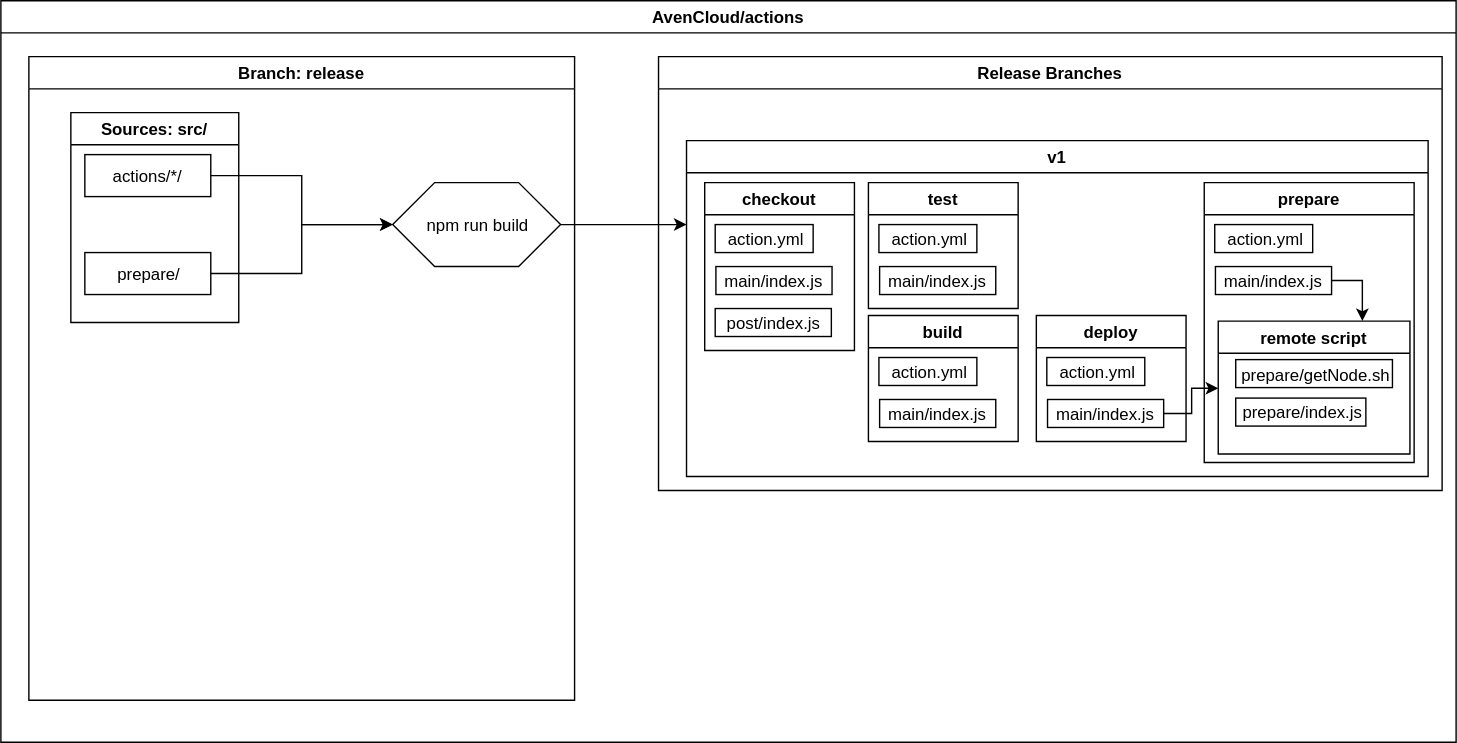
Earlier version of the draw.io export Export.svg (AvenCloud/actions). Source tidied: cells renumbered, new cells last; positions are measured from the earlier drawing's top-left corner, leaving out a move shared by most shapes.
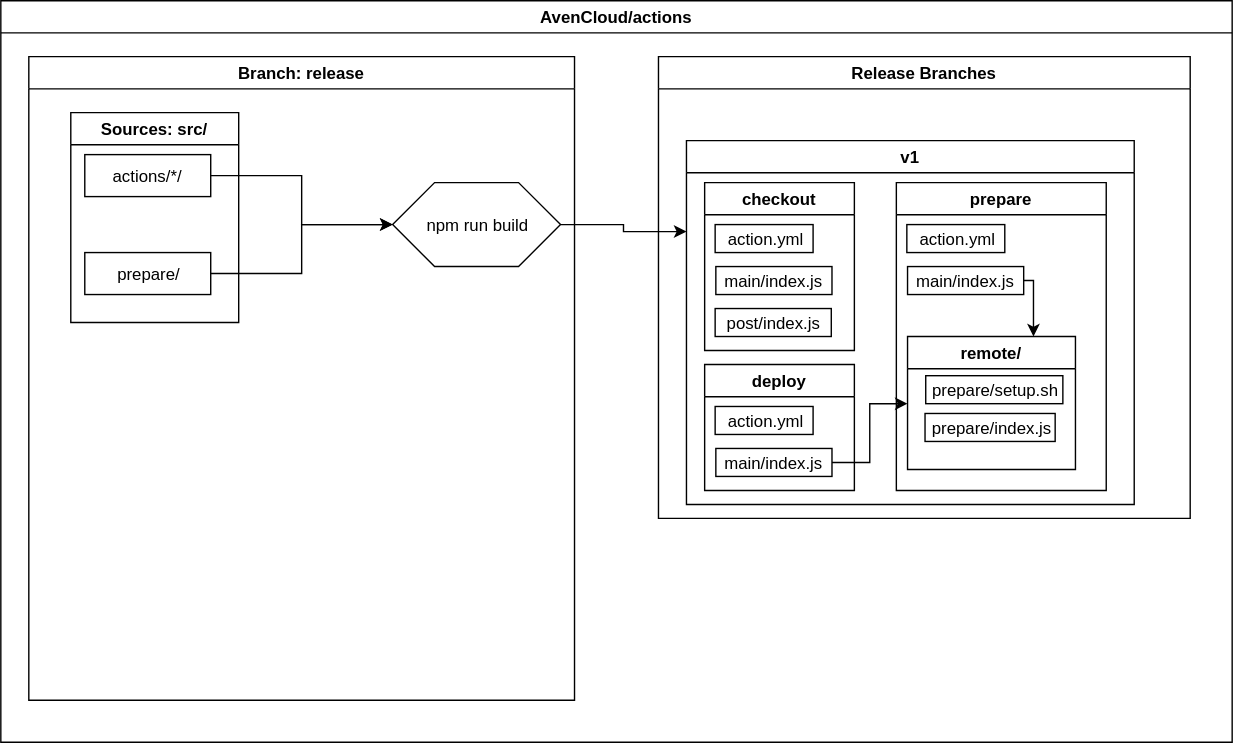
Above is the later version.

What changed in the source:
```diff
@@ -3,7 +3,7 @@
     <mxCell id="0" />
     <mxCell id="1" parent="0" />
     <mxCell id="2" value="AvenCloud/actions" style="swimlane;" parent="1" vertex="1">
-      <mxGeometry width="1040" height="530" as="geometry" />
+      <mxGeometry width="880" height="530" as="geometry" />
     </mxCell>
     <mxCell id="3" value="Branch: release" style="swimlane;" parent="2" vertex="1">
       <mxGeometry x="20" y="40" width="390" height="460" as="geometry" />
@@ -32,10 +32,10 @@
       </mxGeometry>
     </mxCell>
     <mxCell id="10" value="Release Branches" style="swimlane;" parent="2" vertex="1">
-      <mxGeometry x="470" y="40" width="560" height="310" as="geometry" />
+      <mxGeometry x="470" y="40" width="380" height="330" as="geometry" />
     </mxCell>
     <mxCell id="11" value="v1" style="swimlane;" parent="10" vertex="1">
-      <mxGeometry x="20" y="60" width="530" height="240" as="geometry" />
+      <mxGeometry x="20" y="60" width="320" height="260" as="geometry" />
     </mxCell>
     <mxCell id="12" value="checkout" style="swimlane;" parent="11" vertex="1">
       <mxGeometry x="13" y="30" width="107" height="120" as="geometry" />
@@ -49,29 +49,15 @@
     <mxCell id="15" value="action.yml" style="rounded=0;whiteSpace=wrap;html=1;" parent="12" vertex="1">
       <mxGeometry x="7.5" y="30" width="70" height="20" as="geometry" />
     </mxCell>
-    <mxCell id="16" value="test" style="swimlane;" parent="11" vertex="1">
-      <mxGeometry x="130" y="30" width="107" height="90" as="geometry" />
-    </mxCell>
-    <mxCell id="17" value="main/index.js" style="rounded=0;whiteSpace=wrap;html=1;" parent="16" vertex="1">
-      <mxGeometry x="8" y="60" width="83" height="20" as="geometry" />
-    </mxCell>
-    <mxCell id="18" value="action.yml" style="rounded=0;whiteSpace=wrap;html=1;" parent="16" vertex="1">
-      <mxGeometry x="7.5" y="30" width="70" height="20" as="geometry" />
-    </mxCell>
-    <mxCell id="19" value="build" style="swimlane;" parent="11" vertex="1">
-      <mxGeometry x="130" y="125" width="107" height="90" as="geometry" />
-    </mxCell>
-    <mxCell id="20" value="main/index.js" style="rounded=0;whiteSpace=wrap;html=1;" parent="19" vertex="1">
-      <mxGeometry x="8" y="60" width="83" height="20" as="geometry" />
-    </mxCell>
-    <mxCell id="21" value="action.yml" style="rounded=0;whiteSpace=wrap;html=1;" parent="19" vertex="1">
-      <mxGeometry x="7.5" y="30" width="70" height="20" as="geometry" />
-    </mxCell>
     <mxCell id="22" value="prepare" style="swimlane;" parent="11" vertex="1">
-      <mxGeometry x="370" y="30" width="150" height="200" as="geometry" />
+      <mxGeometry x="150" y="30" width="150" height="220" as="geometry" />
     </mxCell>
     <mxCell id="23" style="edgeStyle=orthogonalEdgeStyle;rounded=0;jettySize=auto;html=1;exitX=1;exitY=0.5;exitDx=0;exitDy=0;entryX=0.75;entryY=0;entryDx=0;entryDy=0;" parent="22" edge="1" source="24" target="26">
-      <mxGeometry relative="1" as="geometry" />
+      <mxGeometry relative="1" as="geometry">
+        <Array as="points">
+          <mxPoint x="98" y="70" />
+        </Array>
+      </mxGeometry>
     </mxCell>
     <mxCell id="24" value="main/index.js" style="rounded=0;whiteSpace=wrap;html=1;" parent="22" vertex="1">
       <mxGeometry x="8" y="60" width="83" height="20" as="geometry" />
@@ -79,17 +65,17 @@
     <mxCell id="25" value="action.yml" style="rounded=0;whiteSpace=wrap;html=1;" parent="22" vertex="1">
       <mxGeometry x="7.5" y="30" width="70" height="20" as="geometry" />
     </mxCell>
-    <mxCell id="26" value="remote script" style="swimlane;" parent="22" vertex="1">
-      <mxGeometry x="10" y="99" width="137" height="95" as="geometry" />
+    <mxCell id="26" value="remote/" style="swimlane;" parent="22" vertex="1">
+      <mxGeometry x="8" y="110" width="120" height="95" as="geometry" />
     </mxCell>
-    <mxCell id="27" value="prepare/getNode.sh" style="rounded=0;whiteSpace=wrap;html=1;" parent="26" vertex="1">
-      <mxGeometry x="12.5" y="27.5" width="112" height="20" as="geometry" />
+    <mxCell id="27" value="prepare/setup.sh" style="rounded=0;whiteSpace=wrap;html=1;" parent="26" vertex="1">
+      <mxGeometry x="13" y="28" width="98" height="20" as="geometry" />
     </mxCell>
     <mxCell id="28" value="prepare/index.js" style="rounded=0;whiteSpace=wrap;html=1;" parent="26" vertex="1">
       <mxGeometry x="12.5" y="55" width="93" height="20" as="geometry" />
     </mxCell>
     <mxCell id="29" value="deploy" style="swimlane;" parent="11" vertex="1">
-      <mxGeometry x="250" y="125" width="107" height="90" as="geometry" />
+      <mxGeometry x="13" y="160" width="107" height="90" as="geometry" />
     </mxCell>
     <mxCell id="30" value="main/index.js" style="rounded=0;whiteSpace=wrap;html=1;" parent="29" vertex="1">
       <mxGeometry x="8" y="60" width="83" height="20" as="geometry" />
```
